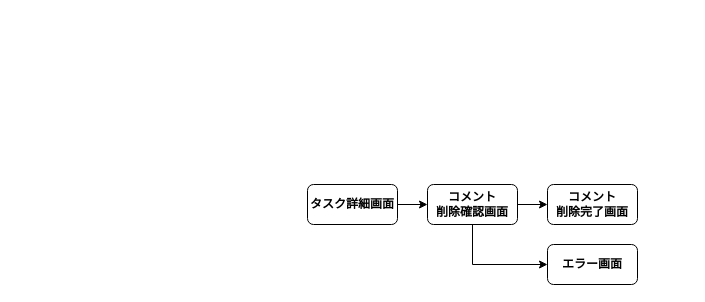
Above: design/screen-flow/画面遷移図_コメント削除機能.drawio in comsize-honiden/TaskManager62 (draw.io), before the change. Source tidied: cells renumbered, new cells numbered last; positions are measured from the earlier drawing's top-left corner, leaving out a move shared by most shapes. Both pictures are drawn from the tidied source at 100%, with x=0, y=0 at pixel (307, 184).
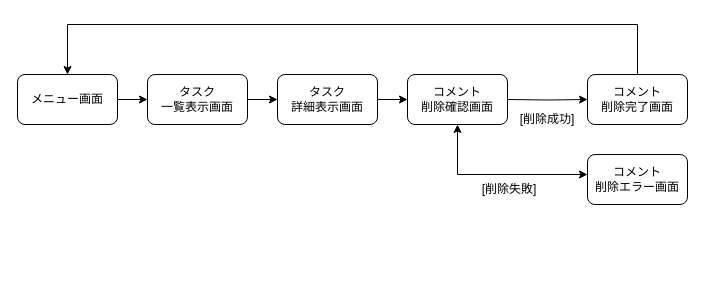
After the change.

Commit message:
更新　画面遷移図_コメント削除機能

Change to the diagram source:
```diff
@@
-    <mxCell id="2" style="edgeStyle=orthogonalEdgeStyle;rounded=0;jettySize=auto;html=1;entryX=0;entryY=0.5;entryDx=0;entryDy=0;" parent="1" edge="1" source="3" target="6">
-      <mxGeometry relative="1" as="geometry" />
-    </mxCell>
-    <mxCell id="3" value="&lt;b&gt;タスク詳細画面&lt;/b&gt;" style="rounded=1;whiteSpace=wrap;html=1;" parent="1" vertex="1">
-      <mxGeometry width="90" height="40" as="geometry" />
-    </mxCell>
-    <mxCell id="4" style="edgeStyle=orthogonalEdgeStyle;rounded=0;jettySize=auto;html=1;entryX=0;entryY=0.5;entryDx=0;entryDy=0;" parent="1" edge="1" source="6" target="7">
-      <mxGeometry relative="1" as="geometry" />
-    </mxCell>
-    <mxCell id="5" style="edgeStyle=orthogonalEdgeStyle;rounded=0;jettySize=auto;html=1;entryX=0;entryY=0.5;entryDx=0;entryDy=0;curved=0;" parent="1" edge="1" source="6" target="8">
-      <mxGeometry relative="1" as="geometry">
-        <Array as="points">
-          <mxPoint x="165" y="80" />
-        </Array>
-      </mxGeometry>
-    </mxCell>
+    <mxCell id="9" style="group;" parent="1" vertex="1">
+      <mxGeometry x="280" y="-30" width="100" height="50" as="geometry" />
+    </mxCell>
+    <mxCell id="10" value="コメント&lt;br&gt;削除エラー画面" style="rounded=1;whiteSpace=wrap;html=1;" parent="9" vertex="1">
+      <mxGeometry width="100" height="50" as="geometry" />
+    </mxCell>
+    <mxCell id="11" style="group;" parent="1" vertex="1">
+      <mxGeometry x="280" y="-110" width="100" height="50" as="geometry" />
+    </mxCell>
+    <mxCell id="7" value="コメント&lt;br&gt;削除完了画面" style="rounded=1;whiteSpace=wrap;html=1;" parent="11" vertex="1">
+      <mxGeometry width="100" height="50" as="geometry" />
+    </mxCell>
+    <mxCell id="12" style="group;" parent="1" vertex="1">
+      <mxGeometry x="100" y="-110" width="100" height="50" as="geometry" />
+    </mxCell>
-    <mxCell id="6" value="&lt;b&gt;コメント&lt;br&gt;削除確認画面&lt;/b&gt;" style="rounded=1;whiteSpace=wrap;html=1;" parent="1" vertex="1">
-      <mxGeometry x="120" width="90" height="40" as="geometry" />
+    <mxCell id="6" value="コメント&lt;br&gt;削除確認画面" style="rounded=1;whiteSpace=wrap;html=1;" parent="12" vertex="1">
+      <mxGeometry width="100" height="50" as="geometry" />
     </mxCell>
-    <mxCell id="7" value="&lt;b&gt;コメント&lt;/b&gt;&lt;br&gt;&lt;div&gt;&lt;b&gt;削除完了画面&lt;/b&gt;&lt;/div&gt;" style="rounded=1;whiteSpace=wrap;html=1;" parent="1" vertex="1">
-      <mxGeometry x="240" width="90" height="40" as="geometry" />
-    </mxCell>
-    <mxCell id="8" value="&lt;b&gt;エラー画面&lt;/b&gt;" style="rounded=1;whiteSpace=wrap;html=1;" parent="1" vertex="1">
-      <mxGeometry x="240" y="60" width="90" height="40" as="geometry" />
-    </mxCell>
+    <mxCell id="13" style="edgeStyle=orthogonalEdgeStyle;rounded=0;jettySize=auto;html=1;entryX=0;entryY=0.5;entryDx=0;entryDy=0;" parent="1" edge="1" target="7">
+      <mxGeometry relative="1" as="geometry">
+        <mxPoint x="200" y="-85" as="sourcePoint" />
+      </mxGeometry>
+    </mxCell>
+    <mxCell id="14" value="[削除失敗]" style="text;html=1;whiteSpace=wrap;strokeColor=none;fillColor=none;align=center;verticalAlign=middle;rounded=0;" parent="1" vertex="1">
+      <mxGeometry x="172" y="-10" width="60" height="30" as="geometry" />
+    </mxCell>
+    <mxCell id="15" style="endArrow=classic;startArrow=classic;html=1;rounded=0;exitX=0.5;exitY=1;exitDx=0;exitDy=0;" parent="1" edge="1" source="6">
+      <mxGeometry relative="1" as="geometry">
+        <mxPoint x="280" y="-10" as="targetPoint" />
+        <Array as="points">
+          <mxPoint x="150" y="-10" />
+        </Array>
+      </mxGeometry>
+    </mxCell>
+    <mxCell id="16" style="group;" parent="1" vertex="1">
+      <mxGeometry x="-290" y="-110" width="100" height="50" as="geometry" />
+    </mxCell>
+    <mxCell id="17" value="メニュー画面" style="rounded=1;whiteSpace=wrap;html=1;" parent="16" vertex="1">
+      <mxGeometry width="100" height="50" as="geometry" />
+    </mxCell>
+    <mxCell id="18" value="[削除成功]" style="text;html=1;whiteSpace=wrap;strokeColor=none;fillColor=none;align=center;verticalAlign=middle;rounded=0;" parent="1" vertex="1">
+      <mxGeometry x="210" y="-80" width="60" height="30" as="geometry" />
+    </mxCell>
+    <mxCell id="19" style="edgeStyle=orthogonalEdgeStyle;rounded=0;jettySize=auto;html=1;entryX=0.5;entryY=0;entryDx=0;entryDy=0;" parent="1" edge="1" source="7" target="17">
+      <mxGeometry relative="1" as="geometry">
+        <Array as="points">
+          <mxPoint x="330" y="-160" />
+          <mxPoint x="-240" y="-160" />
+        </Array>
+      </mxGeometry>
+    </mxCell>
+    <mxCell id="20" style="group;" parent="1" vertex="1">
+      <mxGeometry x="-160" y="-110" width="100" height="50" as="geometry" />
+    </mxCell>
+    <mxCell id="21" value="タスク&lt;br&gt;一覧表示画面" style="rounded=1;whiteSpace=wrap;html=1;" parent="20" vertex="1">
+      <mxGeometry width="100" height="50" as="geometry" />
+    </mxCell>
+    <mxCell id="22" style="group;" parent="1" vertex="1">
+      <mxGeometry x="-30" y="-110" width="100" height="50" as="geometry" />
+    </mxCell>
+    <mxCell id="23" value="タスク&lt;br&gt;詳細表示画面" style="rounded=1;whiteSpace=wrap;html=1;" parent="22" vertex="1">
+      <mxGeometry width="100" height="50" as="geometry" />
+    </mxCell>
+    <mxCell id="24" style="edgeStyle=orthogonalEdgeStyle;rounded=0;jettySize=auto;html=1;exitX=1;exitY=0.5;exitDx=0;exitDy=0;entryX=0;entryY=0.5;entryDx=0;entryDy=0;" parent="1" edge="1" source="17" target="21">
+      <mxGeometry relative="1" as="geometry" />
+    </mxCell>
+    <mxCell id="25" style="edgeStyle=orthogonalEdgeStyle;rounded=0;jettySize=auto;html=1;exitX=1;exitY=0.5;exitDx=0;exitDy=0;entryX=0;entryY=0.5;entryDx=0;entryDy=0;" parent="1" edge="1" source="21" target="23">
+      <mxGeometry relative="1" as="geometry" />
+    </mxCell>
+    <mxCell id="26" style="edgeStyle=orthogonalEdgeStyle;rounded=0;jettySize=auto;html=1;exitX=1;exitY=0.5;exitDx=0;exitDy=0;entryX=0;entryY=0.5;entryDx=0;entryDy=0;" parent="1" edge="1" source="23" target="6">
+      <mxGeometry relative="1" as="geometry" />
+    </mxCell>
```
